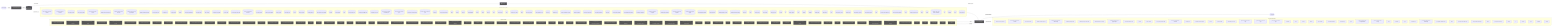
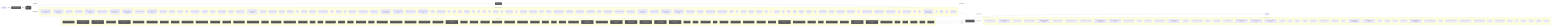
flowchart LR
  UserQ(["👤 User Query"])
  Embed["📐 Embedding Model"]
  VecDB[("📚 Vector Store")]
  Retriever["🔍 Retriever"]
  LLMNode["🧠 LLM / Generator"]
  Output(["✅ Response"])
  UserQ -->|query| Embed
  Embed -->|vector| VecDB
  VecDB -->|top-k chunks| Retriever
  Retriever -->|context + query| LLMNode
  LLMNode -->|generated answer| Output
  subgraph DetectedMemory["Detected memory stores"]
    det_detectedmemory_check_steering_feedback_contract_80134459[("check-steering-feedback-contract")]
    det_detectedmemory_normalize_workflow_contracts_8701f1c8[("normalize-workflow-contracts")]
    det_detectedmemory_run_harness_evals_77704768[("run-harness-evals")]
    det_detectedmemory_sync_codex_preflight_7e7a8dc2[("sync-codex-preflight")]
    det_detectedmemory_test_harness_upgrade_matrix_84113c4e[("test-harness-upgrade-matrix")]
    det_detectedmemory_validate_prompt_context_drift_8c949ef6[("validate-prompt-context-drift")]
    det_detectedmemory_validate_runtime_packet_schemas_bc3ba8ec[("validate-runtime-packet-schemas")]
    det_detectedmemory_validate_system_prompt_gap_adoption_62d8c955[("validate-system-prompt-gap-adoption")]
    det_detectedmemory_validate_workflow_contracts_33dc063c[("validate-workflow-contracts")]
+     det_detectedmemory_write_prompt_context_drift_report_71a4e149[("write-prompt-context-drift-report")]
    det_detectedmemory_branch_protect_core_a8feb0fd[("branch-protect-core")]
    det_detectedmemory_ci_migrate_core_7005b5af[("ci-migrate-core")]
    det_detectedmemory_context_health_80bb7da9[("context-health")]
    det_detectedmemory_context_ea7792a2[("context")]
    det_detectedmemory_docs_gate_classification_2f51c90b[("docs-gate-classification")]
    det_detectedmemory_docs_gate_types_d285abb6[("docs-gate-types")]
    det_detectedmemory_index_context_de3ed39d[("index-context")]
    det_detectedmemory_local_memory_preflight_dcc36c42[("local-memory-preflight")]
    det_detectedmemory_memory_gate_a577a506[("memory-gate")]
    det_detectedmemory_next_prompt_context_drift_3c5a93d5[("next-prompt-context-drift")]
    det_detectedmemory_next_recommendation_decisions_03315dd4[("next-recommendation-decisions")]
    det_detectedmemory_next_runner_state_be6fe997[("next-runner-state")]
    det_detectedmemory_pattern_scope_siblings_43abe000[("pattern-scope-siblings")]
    det_detectedmemory_review_context_ca6cf81d[("review-context")]
    det_detectedmemory_review_gate_core_4c8001f9[("review-gate-core")]
    det_detectedmemory_search_24193290[("search")]
    det_detectedmemory_session_context_e5ec72c0[("session-context")]
    det_detectedmemory_tooling_audit_core_328d6a41[("tooling-audit-core")]
    det_detectedmemory_run_local_memory_preflight_36e92808[("run-local-memory-preflight")]
    det_detectedmemory_checker_d2d2328e[("checker")]
    det_detectedmemory_context_health_1_ceb11829[("context-health")]
    det_detectedmemory_types_2_d9bc6e7a[("types")]
    det_detectedmemory_branch_protect_sync_570adb18[("branch-protect-sync")]
    det_detectedmemory_command_capability_rules_ca3f496a[("command-capability-rules")]
    det_detectedmemory_command_specs_core_1c0ffc99[("command-specs-core")]
    det_detectedmemory_local_memory_preflight_command_spec_9e23f3ce[("local-memory-preflight-command-spec")]
    det_detectedmemory_memory_gate_command_spec_dc9001a9[("memory-gate-command-spec")]
    det_detectedmemory_review_gate_command_spec_3187376a[("review-gate-command-spec")]
    det_detectedmemory_session_context_command_spec_973afbb1[("session-context-command-spec")]
    det_detectedmemory_constants_7517017f[("constants")]
    det_detectedmemory_context_compact_policy_3dcaf95d[("context-compact-policy")]
    det_detectedmemory_index_3_7e40d474[("index")]
    det_detectedmemory_indexer_70fa78e5[("indexer")]
    det_detectedmemory_init_error_5c7dd49f[("init-error")]
    det_detectedmemory_lexical_fallback_723e2b3e[("lexical-fallback")]
    det_detectedmemory_ollama_76e3c7bf[("ollama")]
    det_detectedmemory_rollout_a4fa034c[("rollout")]
    det_detectedmemory_sources_878a52fc[("sources")]
    det_detectedmemory_store_824d80d7[("store")]
    det_detectedmemory_sync_contract_c79fa191[("sync-contract")]
    det_detectedmemory_types_8_f6283648[("types")]
    det_detectedmemory_harness_run_context_ac7c77a9[("harness-run-context")]
    det_detectedmemory_index_4_013aa0e3[("index")]
    det_detectedmemory_json_schema_core_96d7e328[("json-schema-core")]
    det_detectedmemory_policy_validators_core_714a3fe7[("policy-validators-core")]
    det_detectedmemory_types_core_e405ddca[("types-core")]
    det_detectedmemory_validator_core_4358f8ba[("validator-core")]
    det_detectedmemory_archive_candidates_scanner_d0931789[("archive-candidates-scanner")]
    det_detectedmemory_archive_candidates_dc0e40e1[("archive-candidates")]
    det_detectedmemory_docs_task_eval_contract_79347457[("docs-task-eval-contract")]
    det_detectedmemory_docs_task_eval_fixtures_44902755[("docs-task-eval-fixtures")]
    det_detectedmemory_init_modes_c05ceb07[("init-modes")]
    det_detectedmemory_project_brain_templates_7ef51530[("project-brain-templates")]
    det_detectedmemory_scaffold_diagram_templates_dd88e83c[("scaffold-diagram-templates")]
    det_detectedmemory_scaffold_doc_templates_f6152330[("scaffold-doc-templates")]
    det_detectedmemory_scaffold_environment_templates_c1ceba6a[("scaffold-environment-templates")]
    det_detectedmemory_scaffold_hook_templates_8c74ab50[("scaffold-hook-templates")]
    det_detectedmemory_scaffold_root_command_templates_404fed7f[("scaffold-root-command-templates")]
    det_detectedmemory_scaffold_script_template_registry_69312d4e[("scaffold-script-template-registry")]
    det_detectedmemory_scaffold_shell_templates_0ad0f915[("scaffold-shell-templates")]
    det_detectedmemory_scaffold_surfaces_12d6494e[("scaffold-surfaces")]
    det_detectedmemory_scaffold_template_registry_b1cce2aa[("scaffold-template-registry")]
    det_detectedmemory_scaffold_workflow_template_92310587[("scaffold-workflow-template")]
    det_detectedmemory_eval_seed_5699fd3e[("eval-seed")]
    det_detectedmemory_index_10_f6785a46[("index")]
    det_detectedmemory_review_context_1_e3afed15[("review-context")]
    det_detectedmemory_memory_gate_1_265164ac[("memory-gate")]
    det_detectedmemory_branch_enforcer_acb749cd[("branch-enforcer")]
    det_detectedmemory_cli_args_5_09ea29f0[("cli-args")]
    det_detectedmemory_cli_7_dc4a9f7f[("cli")]
    det_detectedmemory_metrics_tracker_98cec29c[("metrics-tracker")]
    det_detectedmemory_types_20_071a0112[("types")]
    det_detectedmemory_validator_5_b19ac2be[("validator")]
    det_detectedmemory_classifier_fe1991a9[("classifier")]
    det_detectedmemory_tooling_paths_560ac80d[("tooling-paths")]
    det_detectedmemory_claim_helpers_20dc8387[("claim-helpers")]
    det_detectedmemory_types_25_89d086aa[("types")]
    det_detectedmemory_local_memory_smoke_1175abfc[("local-memory-smoke")]
    det_detectedmemory_local_memory_0db17ecc[("local-memory")]
    det_detectedmemory_performance_overload_c685bfcf[("performance-overload")]
    det_detectedmemory_suggestion_generator_0956f794[("suggestion-generator")]
    det_detectedmemory_index_12_762ec91b[("index")]
+     det_detectedmemory_prompt_context_drift_builder_a451c7dd[("prompt-context-drift-builder")]
    det_detectedmemory_prompt_context_drift_report_3257a95c[("prompt-context-drift-report")]
    det_detectedmemory_prompt_context_drift_types_ba6863d4[("prompt-context-drift-types")]
    det_detectedmemory_index_13_97df39c8[("index")]
    det_detectedmemory_prompt_context_receipt_17b862b2[("prompt-context-receipt")]
    det_detectedmemory_types_32_bfe791ff[("types")]
    det_detectedmemory_policy_1_fc4198db[("policy")]
    det_detectedmemory_runtime_card_codex_runtime_validation_d8ce9934[("runtime-card-codex-runtime-validation")]
    det_detectedmemory_cli_12_01c06c37[("cli")]
    det_detectedmemory_collector_0736fd5b[("collector")]
    det_detectedmemory_types_35_93e66c64[("types")]
    det_detectedmemory_overload_guard_2748c559[("overload-guard")]
  end
  VecDB -. "implemented by" .-> DetectedMemory
  subgraph DetectedLLM["Detected LLM clients"]
    det_detectedllm_check_codex_agent_roles_5bb2e89b["check-codex-agent-roles"]
    det_detectedllm_check_steering_feedback_contract_80134459["check-steering-feedback-contract"]
    det_detectedllm_run_harness_evals_77704768["run-harness-evals"]
    det_detectedllm_validate_decision_request_2e5c325e["validate-decision-request"]
    det_detectedllm_validate_goal_completion_audit_receipt_100d252c["validate-goal-completion-audit-receipt"]
    det_detectedllm_validate_packaged_skill_5e32c890["validate-packaged-skill"]
    det_detectedllm_validate_prompt_context_drift_8c949ef6["validate-prompt-context-drift"]
    det_detectedllm_validate_reviewer_coverage_251efee3["validate-reviewer-coverage"]
    det_detectedllm_validate_system_prompt_gap_adoption_62d8c955["validate-system-prompt-gap-adoption"]
+     det_detectedllm_write_prompt_context_drift_report_71a4e149["write-prompt-context-drift-report"]
    det_detectedllm_check_environment_core_2c16213f["check-environment-core"]
    det_detectedllm_context_ea7792a2["context"]
    det_detectedllm_index_context_de3ed39d["index-context"]
    det_detectedllm_next_prompt_context_drift_3c5a93d5["next-prompt-context-drift"]
    det_detectedllm_next_recommendation_decisions_03315dd4["next-recommendation-decisions"]
    det_detectedllm_prompt_gate_c5e9d207["prompt-gate"]
    det_detectedllm_remediate_runner_helpers_929fedcc["remediate-runner-helpers"]
    det_detectedllm_search_24193290["search"]
    det_detectedllm_context_health_1_ceb11829["context-health"]
    det_detectedllm_command_specs_core_1c0ffc99["command-specs-core"]
    det_detectedllm_pilot_evaluate_command_spec_1084ea72["pilot-evaluate-command-spec"]
    det_detectedllm_pilot_rollback_command_spec_4fe69f7d["pilot-rollback-command-spec"]
    det_detectedllm_prompt_gate_command_spec_9a941482["prompt-gate-command-spec"]
    det_detectedllm_constants_7517017f["constants"]
    det_detectedllm_index_3_7e40d474["index"]
    det_detectedllm_indexer_70fa78e5["indexer"]
    det_detectedllm_ollama_76e3c7bf["ollama"]
    det_detectedllm_sync_contract_c79fa191["sync-contract"]
    det_detectedllm_north_star_validators_cfc926ce["north-star-validators"]
    det_detectedllm_hilt_boundary_9b36fb15["hilt-boundary"]
    det_detectedllm_types_10_75e5a4a0["types"]
    det_detectedllm_goal_completion_audit_receipt_validation_9d0f4891["goal-completion-audit-receipt-validation"]
    det_detectedllm_goal_completion_audit_receipt_5e4939c3["goal-completion-audit-receipt"]
    det_detectedllm_index_5_522f772a["index"]
    det_detectedllm_constants_1_a84e15f0["constants"]
    det_detectedllm_types_18_37582e2a["types"]
    det_detectedllm_sensitive_text_7c11f760["sensitive-text"]
    det_detectedllm_pr_template_linked_issue_relationship_a7b61f2c["pr-template-linked-issue-relationship"]
    det_detectedllm_pr_template_validator_rules_20a32d6b["pr-template-validator-rules"]
    det_detectedllm_index_12_762ec91b["index"]
+     det_detectedllm_prompt_context_drift_builder_a451c7dd["prompt-context-drift-builder"]
    det_detectedllm_prompt_context_drift_report_3257a95c["prompt-context-drift-report"]
    det_detectedllm_prompt_context_drift_types_ba6863d4["prompt-context-drift-types"]
    det_detectedllm_index_13_97df39c8["index"]
    det_detectedllm_prompt_context_receipt_17b862b2["prompt-context-receipt"]
    det_detectedllm_cli_args_9_9c136878["cli-args"]
    det_detectedllm_cli_11_338a8415["cli"]
    det_detectedllm_sections_4697ef32["sections"]
    det_detectedllm_types_28_4476fcc6["types"]
    det_detectedllm_validator_7_f836eb0e["validator"]
    det_detectedllm_cli_args_10_861cdd3f["cli-args"]
  end
  LLMNode -. "implemented by" .-> DetectedLLM
  subgraph DetectedTools["Agentic tool calls"]
    det_detectedtools_check_codex_agent_roles_5bb2e89b["🔧 check-codex-agent-roles"]
    det_detectedtools_check_steering_feedback_contract_80134459["🔧 check-steering-feedback-contract"]
    det_detectedtools_check_tooling_baseline_parity_3124b30a["🔧 check-tooling-baseline-parity"]
    det_detectedtools_run_harness_evals_77704768["🔧 run-harness-evals"]
    det_detectedtools_validate_action_review_receipt_fa2f06c3["🔧 validate-action-review-receipt"]
    det_detectedtools_validate_packaged_skill_5e32c890["🔧 validate-packaged-skill"]
    det_detectedtools_validate_replay_packet_f309747e["🔧 validate-replay-packet"]
    det_detectedtools_ci_migrate_core_7005b5af["🔧 ci-migrate-core"]
    det_detectedtools_doctor_checks_5a2eb2b9["🔧 doctor-checks"]
    det_detectedtools_doctor_github_tool_check_e0a938df["🔧 doctor-github-tool-check"]
    det_detectedtools_doctor_github_tool_checks_a53b0382["🔧 doctor-github-tool-checks"]
    det_detectedtools_doctor_tool_checks_4acac51a["🔧 doctor-tool-checks"]
    det_detectedtools_fleet_plan_repo_ecdc6499["🔧 fleet-plan-repo"]
    det_detectedtools_next_blocked_decisions_4140ad2b["🔧 next-blocked-decisions"]
    det_detectedtools_next_pr_closeout_contract_af31d30a["🔧 next-pr-closeout-contract"]
    det_detectedtools_policy_gate_213f7313["🔧 policy-gate"]
    det_detectedtools_remediate_cli_output_cc165396["🔧 remediate-cli-output"]
    det_detectedtools_remediate_runner_helpers_929fedcc["🔧 remediate-runner-helpers"]
    det_detectedtools_review_gate_core_4c8001f9["🔧 review-gate-core"]
    det_detectedtools_index_1bc04b52["🔧 index"]
    det_detectedtools_types_1_4ecdf56e["🔧 types"]
    det_detectedtools_validation_constants_e002a0f6["🔧 validation-constants"]
    det_detectedtools_validation_98c41dcd["🔧 validation"]
    det_detectedtools_checker_d2d2328e["🔧 checker"]
    det_detectedtools_shared_state_policy_edc9c4db["🔧 shared-state-policy"]
    det_detectedtools_cli_args_1_6144b055["🔧 cli-args"]
    det_detectedtools_command_capabilities_a4d5c71e["🔧 command-capabilities"]
    det_detectedtools_command_capability_rules_ca3f496a["🔧 command-capability-rules"]
    det_detectedtools_linear_command_actions_e430f4f4["🔧 linear-command-actions"]
    det_detectedtools_linear_command_runner_4a740dfc["🔧 linear-command-runner"]
    det_detectedtools_policy_validators_core_714a3fe7["🔧 policy-validators-core"]
    det_detectedtools_shared_state_action_validator_e7b128cd["🔧 shared-state-action-validator"]
    det_detectedtools_types_core_e405ddca["🔧 types-core"]
    det_detectedtools_validator_core_4358f8ba["🔧 validator-core"]
    det_detectedtools_validator_helpers_7b927667["🔧 validator-helpers"]
    det_detectedtools_he_phase_exit_core_1148895b["🔧 he-phase-exit-core"]
    det_detectedtools_environment_runtime_3206f0a8["🔧 environment-runtime"]
    det_detectedtools_observed_skill_usage_ed7d5930["🔧 observed-skill-usage"]
    det_detectedtools_closure_evidence_aaa31467["🔧 closure-evidence"]
    det_detectedtools_pr_creator_dc6b1ea4["🔧 pr-creator"]
    det_detectedtools_client_948fe603["🔧 client"]
    det_detectedtools_init_output_360dce91["🔧 init-output"]
    det_detectedtools_scaffold_ci_templates_2afd6392["🔧 scaffold-ci-templates"]
    det_detectedtools_scaffold_codex_environment_templates_334fbbed["🔧 scaffold-codex-environment-templates"]
    det_detectedtools_scaffold_config_templates_4b80ce53["🔧 scaffold-config-templates"]
    det_detectedtools_scaffold_environment_templates_c1ceba6a["🔧 scaffold-environment-templates"]
    det_detectedtools_scaffold_github_actions_pr_pipeline_renderer_1ee18de5["🔧 scaffold-github-actions-pr-pipeline-renderer"]
    det_detectedtools_scaffold_github_actions_pr_pipeline_template_e2b85f62["🔧 scaffold-github-actions-pr-pipeline-template"]
    det_detectedtools_scaffold_package_command_template_80e32e83["🔧 scaffold-package-command-template"]
    det_detectedtools_scaffold_release_private_npm_template_075499f8["🔧 scaffold-release-private-npm-template"]
    det_detectedtools_constants_1_a84e15f0["🔧 constants"]
    det_detectedtools_index_9_32dd4d91["🔧 index"]
    det_detectedtools_validation_common_6161e48b["🔧 validation-common"]
    det_detectedtools_cli_7_dc4a9f7f["🔧 cli"]
    det_detectedtools_metrics_tracker_98cec29c["🔧 metrics-tracker"]
    det_detectedtools_normalise_renderer_85f2e563["🔧 normalise-renderer"]
    det_detectedtools_evaluation_engine_core_e054fe49["🔧 evaluation-engine-core"]
    det_detectedtools_tooling_baseline_50ab2eeb["🔧 tooling-baseline"]
    det_detectedtools_tooling_paths_560ac80d["🔧 tooling-paths"]
    det_detectedtools_prompt_context_drift_report_3257a95c["🔧 prompt-context-drift-report"]
    det_detectedtools_prompt_context_drift_types_ba6863d4["🔧 prompt-context-drift-types"]
    det_detectedtools_replay_packet_a1293f88["🔧 replay-packet"]
    det_detectedtools_index_14_d982116c["🔧 index"]
    det_detectedtools_review_lifecycle_contract_e5447221["🔧 review-lifecycle-contract"]
    det_detectedtools_review_lifecycle_89afa64c["🔧 review-lifecycle"]
    det_detectedtools_runtime_card_codex_runtime_validation_d8ce9934["🔧 runtime-card-codex-runtime-validation"]
    det_detectedtools_runtime_card_codex_runtime_0655e230["🔧 runtime-card-codex-runtime"]
    det_detectedtools_runtime_evidence_bundle_d471a232["🔧 runtime-evidence-bundle"]
    det_detectedtools_types_37_32ccf9f9["🔧 types"]
    det_detectedtools_index_17_642943a2["🔧 index"]
    det_detectedtools_projection_1b250ea1["🔧 projection"]
    det_detectedtools_types_39_d07de160["🔧 types"]
    det_detectedtools_validation_8_b9fa10af["🔧 validation"]
  end
  LLMNode -->|tool use| DetectedTools
  DetectedTools -->|result| LLMNode
  classDef memNode fill:#555,color:#fff
  class VecDB,Retriever memNode
  classDef llmNode fill:#555,color:#fff
  class LLMNode,Embed llmNode
  classDef toolNode fill:#555,color:#fff
  class det_detectedtools_check_codex_agent_roles_5bb2e89b,det_detectedtools_check_steering_feedback_contract_80134459,det_detectedtools_check_tooling_baseline_parity_3124b30a,det_detectedtools_run_harness_evals_77704768,det_detectedtools_validate_action_review_receipt_fa2f06c3,det_detectedtools_validate_packaged_skill_5e32c890,det_detectedtools_validate_replay_packet_f309747e,det_detectedtools_ci_migrate_core_7005b5af,det_detectedtools_doctor_checks_5a2eb2b9,det_detectedtools_doctor_github_tool_check_e0a938df,det_detectedtools_doctor_github_tool_checks_a53b0382,det_detectedtools_doctor_tool_checks_4acac51a,det_detectedtools_fleet_plan_repo_ecdc6499,det_detectedtools_next_blocked_decisions_4140ad2b,det_detectedtools_next_pr_closeout_contract_af31d30a,det_detectedtools_policy_gate_213f7313,det_detectedtools_remediate_cli_output_cc165396,det_detectedtools_remediate_runner_helpers_929fedcc,det_detectedtools_review_gate_core_4c8001f9,det_detectedtools_index_1bc04b52,det_detectedtools_types_1_4ecdf56e,det_detectedtools_validation_constants_e002a0f6,det_detectedtools_validation_98c41dcd,det_detectedtools_checker_d2d2328e,det_detectedtools_shared_state_policy_edc9c4db,det_detectedtools_cli_args_1_6144b055,det_detectedtools_command_capabilities_a4d5c71e,det_detectedtools_command_capability_rules_ca3f496a,det_detectedtools_linear_command_actions_e430f4f4,det_detectedtools_linear_command_runner_4a740dfc,det_detectedtools_policy_validators_core_714a3fe7,det_detectedtools_shared_state_action_validator_e7b128cd,det_detectedtools_types_core_e405ddca,det_detectedtools_validator_core_4358f8ba,det_detectedtools_validator_helpers_7b927667,det_detectedtools_he_phase_exit_core_1148895b,det_detectedtools_environment_runtime_3206f0a8,det_detectedtools_observed_skill_usage_ed7d5930,det_detectedtools_closure_evidence_aaa31467,det_detectedtools_pr_creator_dc6b1ea4,det_detectedtools_client_948fe603,det_detectedtools_init_output_360dce91,det_detectedtools_scaffold_ci_templates_2afd6392,det_detectedtools_scaffold_codex_environment_templates_334fbbed,det_detectedtools_scaffold_config_templates_4b80ce53,det_detectedtools_scaffold_environment_templates_c1ceba6a,det_detectedtools_scaffold_github_actions_pr_pipeline_renderer_1ee18de5,det_detectedtools_scaffold_github_actions_pr_pipeline_template_e2b85f62,det_detectedtools_scaffold_package_command_template_80e32e83,det_detectedtools_scaffold_release_private_npm_template_075499f8,det_detectedtools_constants_1_a84e15f0,det_detectedtools_index_9_32dd4d91,det_detectedtools_validation_common_6161e48b,det_detectedtools_cli_7_dc4a9f7f,det_detectedtools_metrics_tracker_98cec29c,det_detectedtools_normalise_renderer_85f2e563,det_detectedtools_evaluation_engine_core_e054fe49,det_detectedtools_tooling_baseline_50ab2eeb,det_detectedtools_tooling_paths_560ac80d,det_detectedtools_prompt_context_drift_report_3257a95c,det_detectedtools_prompt_context_drift_types_ba6863d4,det_detectedtools_replay_packet_a1293f88,det_detectedtools_index_14_d982116c,det_detectedtools_review_lifecycle_contract_e5447221,det_detectedtools_review_lifecycle_89afa64c,det_detectedtools_runtime_card_codex_runtime_validation_d8ce9934,det_detectedtools_runtime_card_codex_runtime_0655e230,det_detectedtools_runtime_evidence_bundle_d471a232,det_detectedtools_types_37_32ccf9f9,det_detectedtools_index_17_642943a2,det_detectedtools_projection_1b250ea1,det_detectedtools_types_39_d07de160,det_detectedtools_validation_8_b9fa10af toolNode
